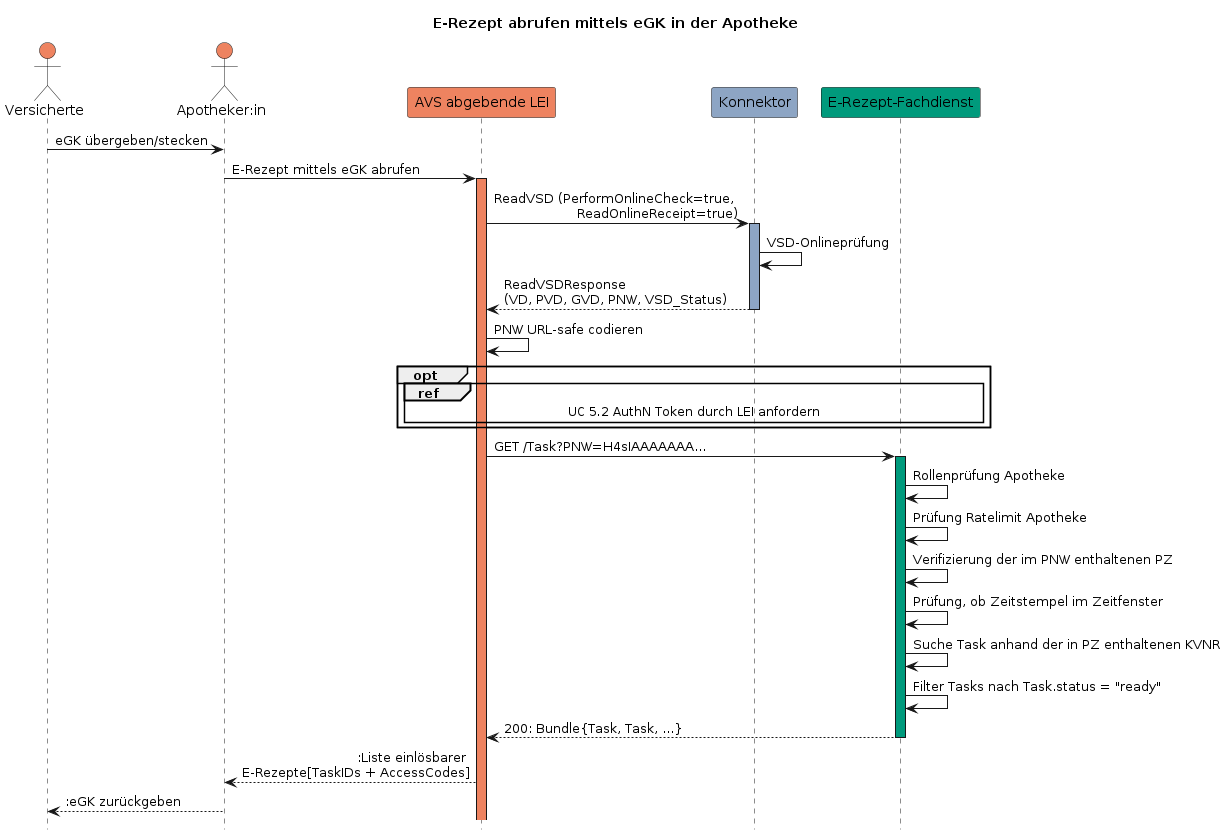
Above: images/puml_egk_abrufen.png in gematik/api-erp (PlantUML), before the change.
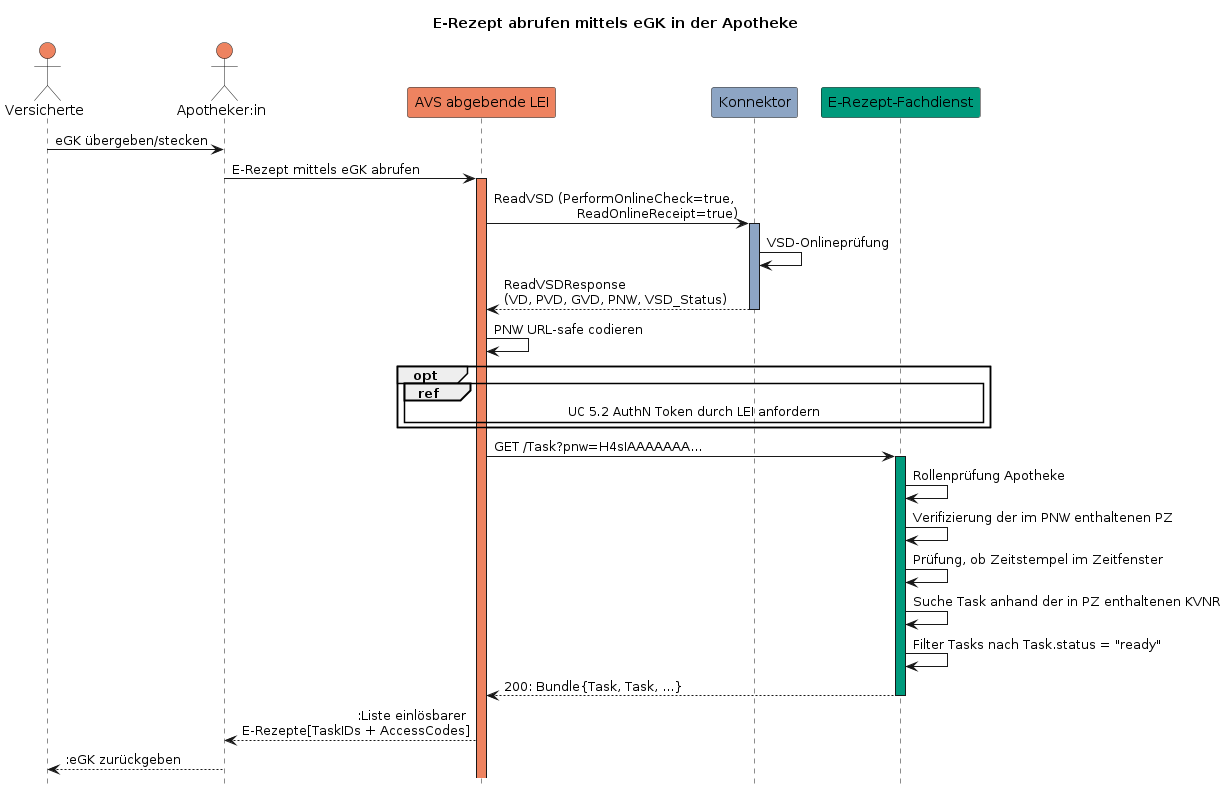
Above is the later version.

Change to the diagram source:
```diff
@@ -23,10 +23,9 @@
     end ref
 end
 
-AVS -> FD:  GET /Task?PNW=H4sIAAAAAAA...
+AVS -> FD:  GET /Task?pnw=H4sIAAAAAAA...
     activate FD #009a7c
 FD -> FD: Rollenprüfung Apotheke
-FD -> FD: Prüfung Ratelimit Apotheke
 FD -> FD: Verifizierung der im PNW enthaltenen PZ
 FD -> FD: Prüfung, ob Zeitstempel im Zeitfenster
 FD -> FD: Suche Task anhand der in PZ enthaltenen KVNR
```
